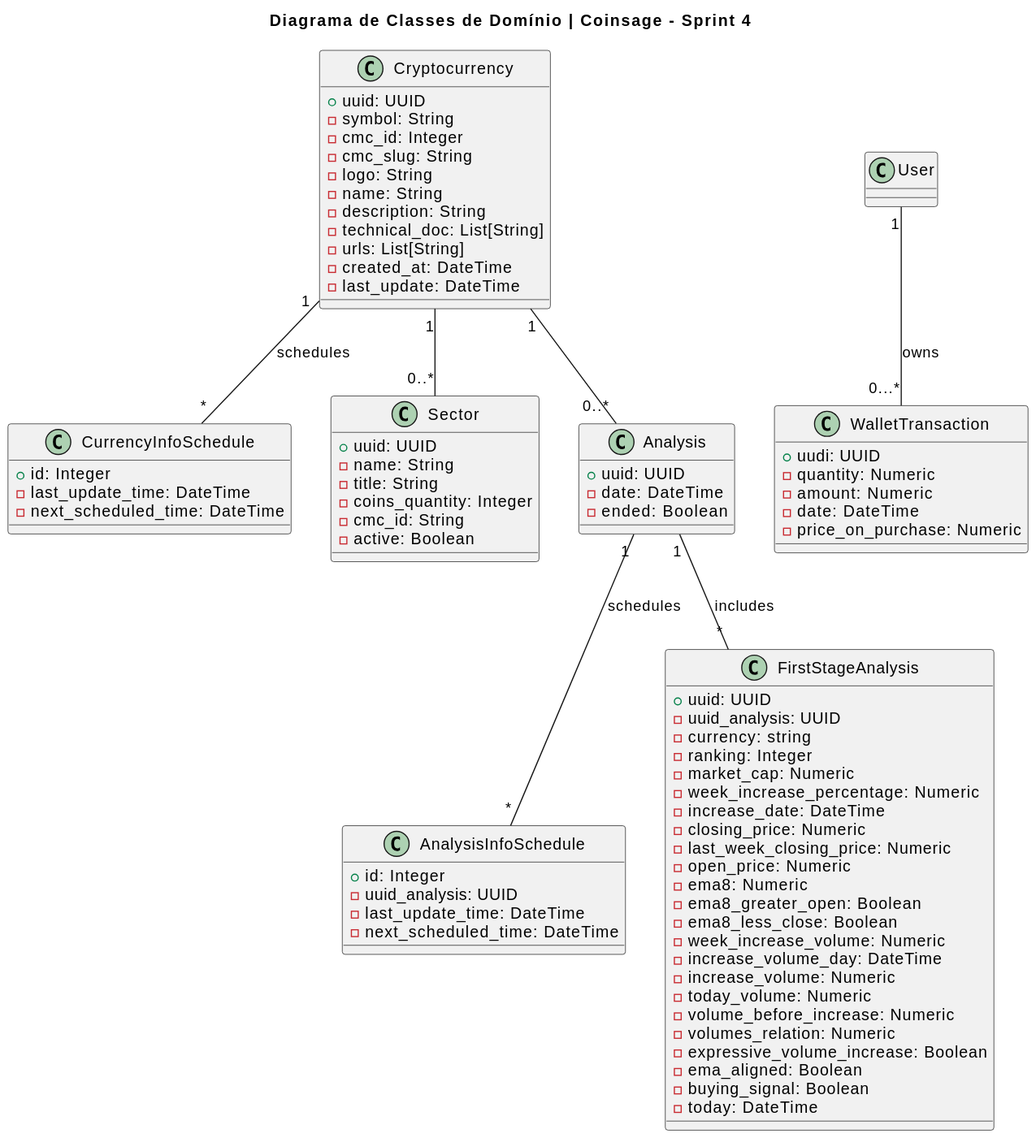
Above: Artefatos/diagramas/diagrama_de_classes/versions/svgs/current.svg in ICEI-PUC-Minas-PPLES-TI/plf-es-2024-1-ti3-8981100-coinsage (PlantUML), before the change.
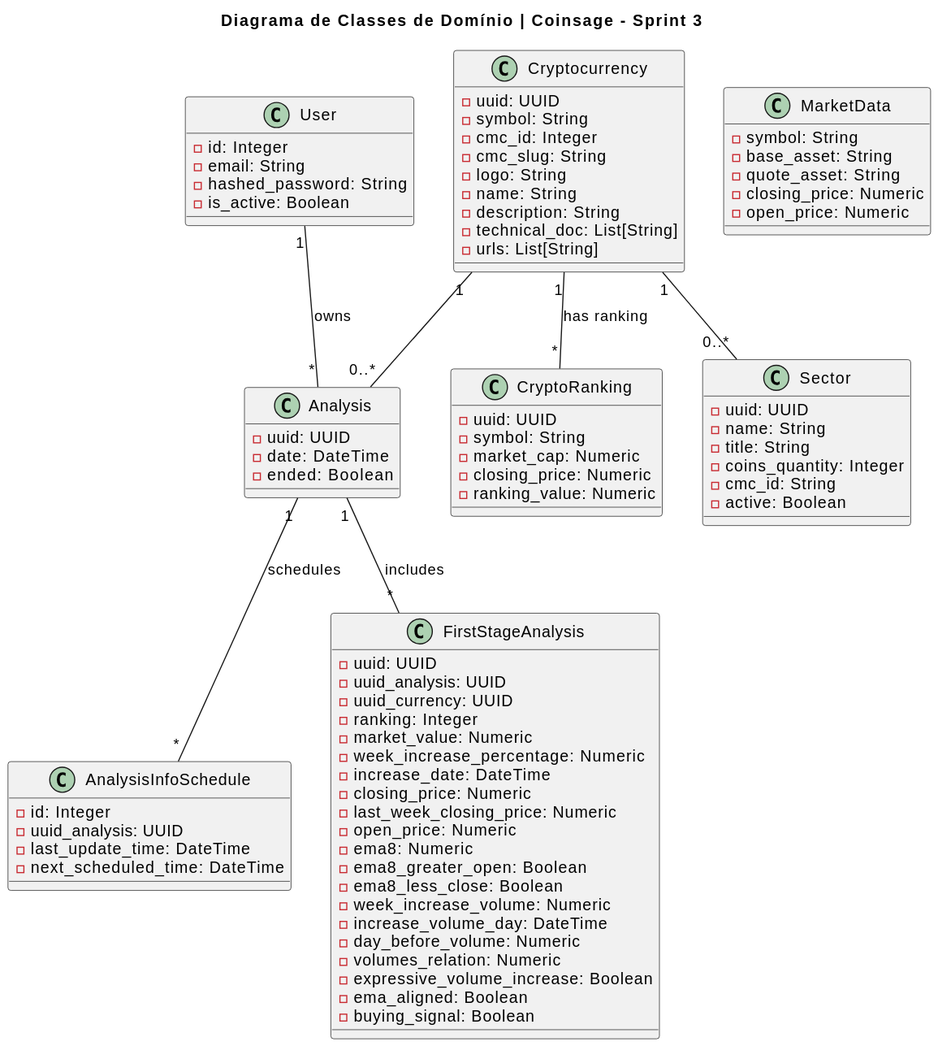
After the change.

Commit message:
added new class-diagram with collect ranking feature

What changed in the source:
```diff
@@ -1,8 +1,8 @@
 @startuml
-title Diagrama de Classes de Domínio | Coinsage - Sprint 4
+title Diagrama de Classes de Domínio | Coinsage - Sprint 3
 
 class Cryptocurrency {
-    + uuid: UUID
+    - uuid: UUID
     - symbol: String
     - cmc_id: Integer
     - cmc_slug: String
@@ -11,19 +11,10 @@
     - description: String
     - technical_doc: List[String]
     - urls: List[String]
-    - created_at: DateTime
-    - last_update: DateTime
-}
-
-class CurrencyInfoSchedule {
-    + id: Integer
-    - last_update_time: DateTime
-    - next_scheduled_time: DateTime
-
 }
 
 class Sector {
-    + uuid: UUID
+    - uuid: UUID
     - name: String
     - title: String
     - coins_quantity: Integer
@@ -32,27 +23,31 @@
 }
 
 class Analysis {
-    + uuid: UUID
+    - uuid: UUID
     - date: DateTime
     - ended: Boolean
 }
 
 class User {
+    - id: Integer
+    - email: String
+    - hashed_password: String
+    - is_active: Boolean
 }
 
 class AnalysisInfoSchedule {
-    + id: Integer
+    - id: Integer
     - uuid_analysis: UUID
     - last_update_time: DateTime
     - next_scheduled_time: DateTime
 }
 
 class FirstStageAnalysis {
-    + uuid: UUID
+    - uuid: UUID
     - uuid_analysis: UUID
-    - currency: string
+    - uuid_currency: UUID
     - ranking: Integer
-    - market_cap: Numeric
+    - market_value: Numeric
     - week_increase_percentage: Numeric
     - increase_date: DateTime
     - closing_price: Numeric
@@ -63,28 +58,33 @@
     - ema8_less_close: Boolean
     - week_increase_volume: Numeric
     - increase_volume_day: DateTime
-    - increase_volume: Numeric
-    - today_volume: Numeric
-    - volume_before_increase: Numeric
+    - day_before_volume: Numeric
     - volumes_relation: Numeric
     - expressive_volume_increase: Boolean
     - ema_aligned: Boolean
     - buying_signal: Boolean
-    - today: DateTime
 }
 
-class WalletTransaction {
-    + uudi: UUID
-    - quantity: Numeric
-    - amount: Numeric
-    - date: DateTime
-    - price_on_purchase: Numeric
+class MarketData {
+    - symbol: String
+    - base_asset: String
+    - quote_asset: String
+    - closing_price: Numeric
+    - open_price: Numeric
 }
 
-Cryptocurrency "1" -- "*" CurrencyInfoSchedule: schedules
+class CryptoRanking {
+    - uuid: UUID
+    - symbol: String
+    - market_cap: Numeric
+    - closing_price: Numeric
+    - ranking_value: Numeric
+}
+
 Cryptocurrency "1" -- "0..*" Sector
 Cryptocurrency "1" -- "0..*" Analysis
+User "1" -- "*" Analysis : owns
 Analysis "1" -- "*" AnalysisInfoSchedule : schedules
 Analysis "1" -- "*" FirstStageAnalysis : includes
-User "1" -- "0...*" WalletTransaction : owns
+Cryptocurrency "1" -- "*" CryptoRanking : "has ranking"
 @enduml
```
